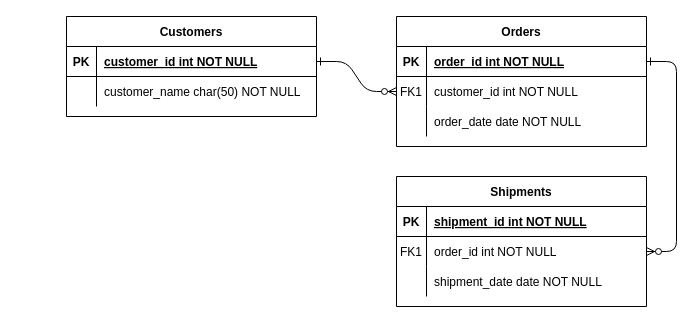
This is CVAVT/Diagrams/ER-Datenbank v1.0.drawio from mastapetz/CVAVT, a draw.io file, before an edit. Source tidied: cells renumbered, new cells numbered last; positions are measured from the earlier drawing's top-left corner, leaving out a move shared by most shapes. Both pictures are drawn from the tidied source at 100%, with x=0, y=0 at pixel (66, 16).
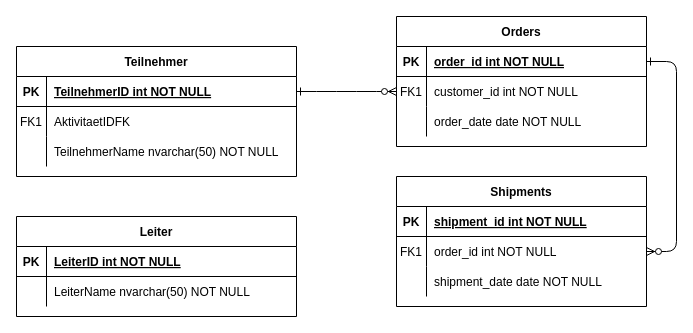
After the change.

Commit message:
Teilnehmer und Leiter

The edit, as a diff of the source:
```diff
@@
-    <mxCell id="24" value="Customers" style="shape=table;startSize=30;childLayout=tableLayout;rowLines=0;fontStyle=1;align=center;" parent="1" vertex="1">
-      <mxGeometry width="250" height="100" as="geometry" />
+    <mxCell id="24" value="Teilnehmer" style="shape=table;startSize=30;childLayout=tableLayout;rowLines=0;fontStyle=1;align=center;" parent="1" vertex="1">
+      <mxGeometry x="-50" y="30" width="280" height="130" as="geometry" />
     </mxCell>
     <mxCell id="25" style="shape=partialRectangle;fillColor=none;points=[[0,0.5],[1,0.5]];portConstraint=eastwest;top=0;left=0;right=0;bottom=1;" parent="24" vertex="1">
-      <mxGeometry y="30" width="250" height="30" as="geometry" />
+      <mxGeometry y="30" width="280" height="30" as="geometry" />
     </mxCell>
@@
-    <mxCell id="27" value="customer_id int NOT NULL " style="shape=partialRectangle;overflow=hidden;fillColor=none;top=0;left=0;bottom=0;right=0;align=left;spacingLeft=6;fontStyle=5;" parent="25" vertex="1">
-      <mxGeometry x="30" width="220" height="30" as="geometry" />
+    <mxCell id="27" value="TeilnehmerID int NOT NULL " style="shape=partialRectangle;overflow=hidden;fillColor=none;top=0;left=0;bottom=0;right=0;align=left;spacingLeft=6;fontStyle=5;" parent="25" vertex="1">
+      <mxGeometry x="30" width="250" height="30" as="geometry" />
     </mxCell>
+    <mxCell id="31" style="shape=partialRectangle;fillColor=none;top=0;left=0;right=0;bottom=0;" parent="24" vertex="1">
+      <mxGeometry y="60" width="280" height="30" as="geometry" />
+    </mxCell>
+    <mxCell id="32" value="FK1" style="shape=partialRectangle;overflow=hidden;fillColor=none;top=0;left=0;bottom=0;right=0;" parent="31" vertex="1">
+      <mxGeometry width="30" height="30" as="geometry" />
+    </mxCell>
+    <mxCell id="33" value="AktivitaetIDFK" style="shape=partialRectangle;overflow=hidden;fillColor=none;top=0;left=0;bottom=0;right=0;align=left;spacingLeft=6;" parent="31" vertex="1">
+      <mxGeometry x="30" width="250" height="30" as="geometry" />
+    </mxCell>
     <mxCell id="28" style="shape=partialRectangle;fillColor=none;top=0;left=0;right=0;bottom=0;" parent="24" vertex="1">
-      <mxGeometry y="60" width="250" height="30" as="geometry" />
+      <mxGeometry y="90" width="280" height="30" as="geometry" />
     </mxCell>
@@
-    <mxCell id="30" value="customer_name char(50) NOT NULL" style="shape=partialRectangle;overflow=hidden;fillColor=none;top=0;left=0;bottom=0;right=0;align=left;spacingLeft=6;" parent="28" vertex="1">
-      <mxGeometry x="30" width="220" height="30" as="geometry" />
+    <mxCell id="30" value="TeilnehmerName nvarchar(50) NOT NULL" style="shape=partialRectangle;overflow=hidden;fillColor=none;top=0;left=0;bottom=0;right=0;align=left;spacingLeft=6;" parent="28" vertex="1">
+      <mxGeometry x="30" width="250" height="30" as="geometry" />
     </mxCell>
+    <mxCell id="34" value="Leiter" style="shape=table;startSize=30;childLayout=tableLayout;rowLines=0;fontStyle=1;align=center;" parent="1" vertex="1">
+      <mxGeometry x="-50" y="200" width="280" height="100" as="geometry" />
+    </mxCell>
+    <mxCell id="35" style="shape=partialRectangle;fillColor=none;top=0;left=0;right=0;bottom=1;" parent="34" vertex="1">
+      <mxGeometry y="30" width="280" height="30" as="geometry" />
+    </mxCell>
+    <mxCell id="36" value="PK" style="shape=partialRectangle;overflow=hidden;fillColor=none;top=0;left=0;bottom=0;right=0;fontStyle=1;" parent="35" vertex="1">
+      <mxGeometry width="30" height="30" as="geometry" />
+    </mxCell>
+    <mxCell id="37" value="LeiterID int NOT NULL " style="shape=partialRectangle;overflow=hidden;fillColor=none;top=0;left=0;bottom=0;right=0;align=left;spacingLeft=6;fontStyle=5;" parent="35" vertex="1">
+      <mxGeometry x="30" width="250" height="30" as="geometry" />
+    </mxCell>
+    <mxCell id="38" style="shape=partialRectangle;fillColor=none;top=0;left=0;right=0;bottom=0;" parent="34" vertex="1">
+      <mxGeometry y="60" width="280" height="30" as="geometry" />
+    </mxCell>
+    <mxCell id="39" style="shape=partialRectangle;overflow=hidden;fillColor=none;top=0;left=0;bottom=0;right=0;" parent="38" vertex="1">
+      <mxGeometry width="30" height="30" as="geometry" />
+    </mxCell>
+    <mxCell id="40" value="LeiterName nvarchar(50) NOT NULL" style="shape=partialRectangle;overflow=hidden;fillColor=none;top=0;left=0;bottom=0;right=0;align=left;spacingLeft=6;" parent="38" vertex="1">
+      <mxGeometry x="30" width="250" height="30" as="geometry" />
+    </mxCell>
```
